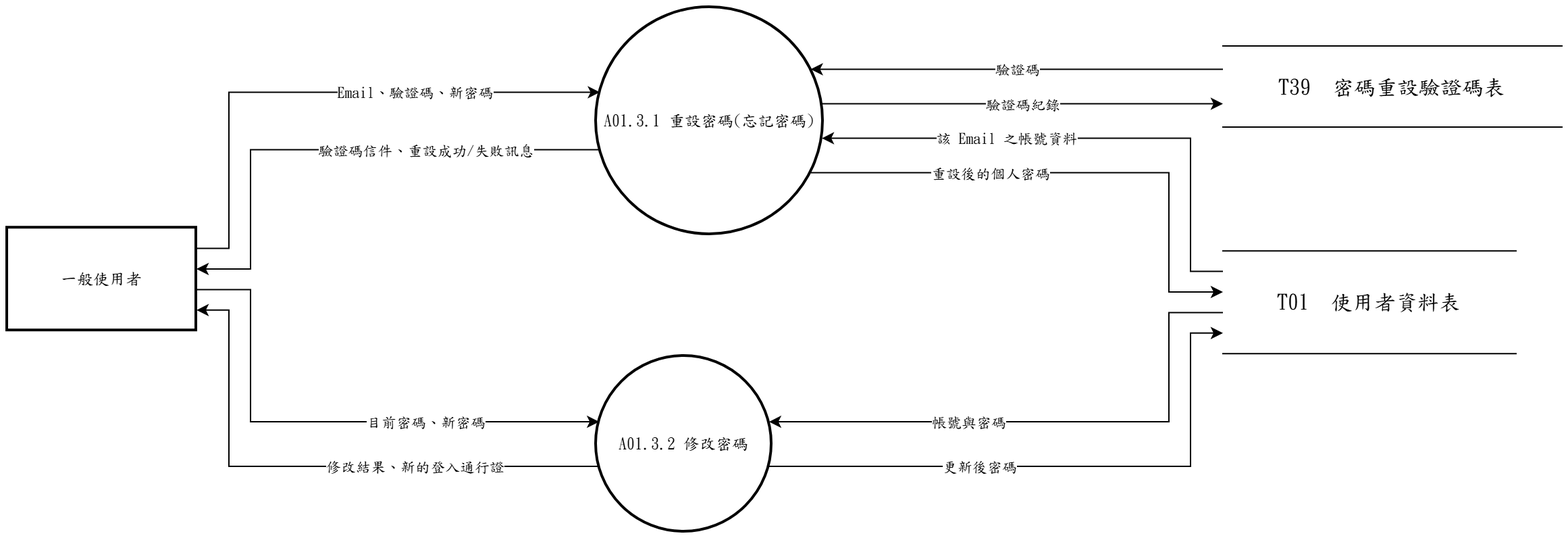
Before: 系統文件/第6章/DFD圖/圖1/新/圖1-3.drawio.png, a diagram exported from draw.io (s22452007/115502). Source tidied: cells renumbered, new cells last; positions are measured from the earlier drawing's top-left corner, leaving out a move shared by most shapes.
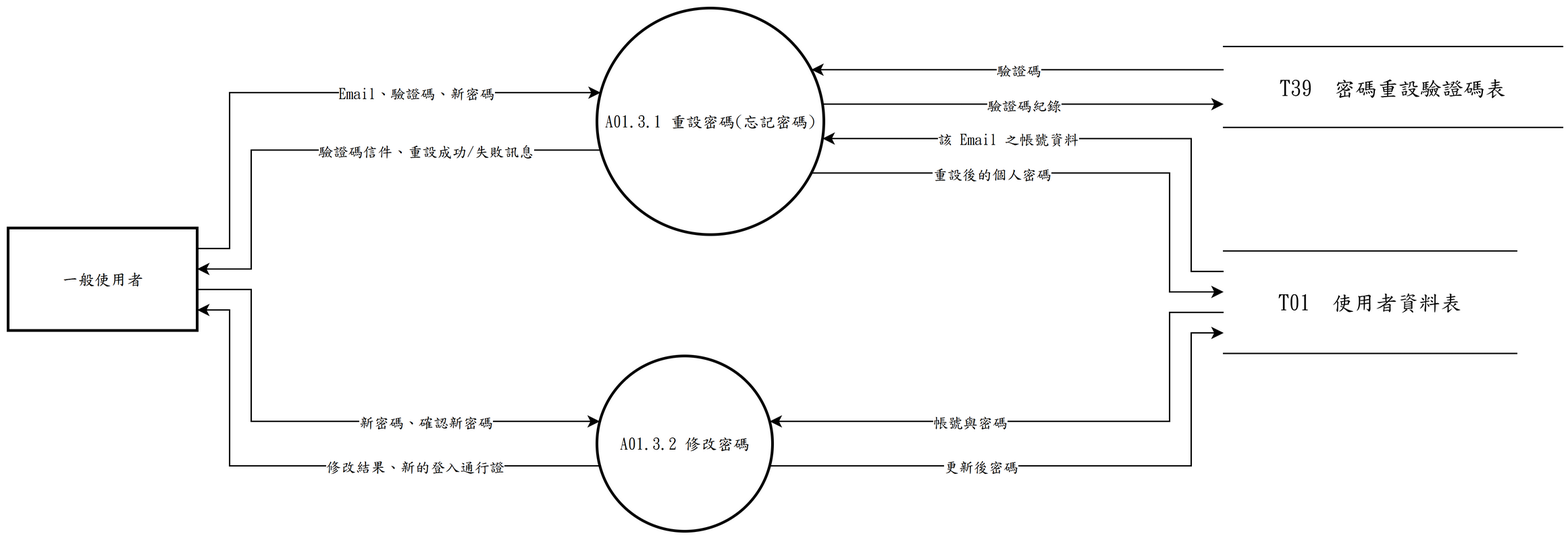
After the commit.

The edit, as a diff of the source:
```diff
@@ -81,7 +81,7 @@
         </Array>
       </mxGeometry>
     </mxCell>
-    <mxCell id="20" value="目前密碼、新密碼" style="edgeLabel;html=1;align=center;verticalAlign=middle;fontFamily=標楷體;" parent="19" vertex="1">
+    <mxCell id="20" value="新密碼、確認新密碼" style="edgeLabel;html=1;align=center;verticalAlign=middle;fontFamily=標楷體;" parent="19" vertex="1">
       <mxGeometry x="0.35" relative="1" as="geometry" />
     </mxCell>
     <mxCell id="21" style="edgeStyle=none;rounded=0;html=1;fontFamily=標楷體;endArrow=classic;exitX=0.0000;exitY=0.6000;exitDx=0;exitDy=0;exitPerimeter=0;entryX=0.9837;entryY=0.3733;entryDx=0;entryDy=0;entryPerimeter=0;" parent="1" edge="1" source="6" target="3">
```
